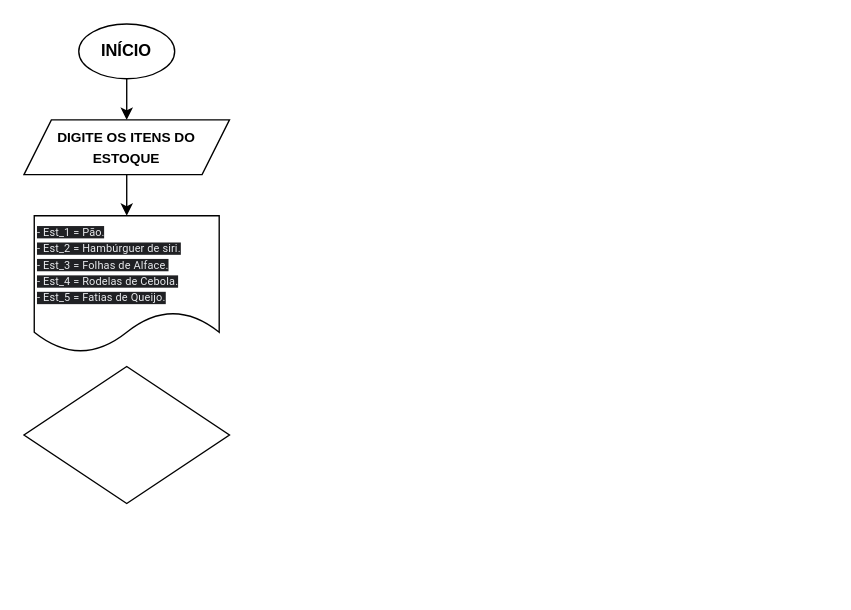
Before: Ativ_AULA/Des_H.SiriCascudo/H_SiriCascudo.drawio in Mathpf02/Math_Uni.CC, a draw.io diagram. Source tidied: cells renumbered, new cells numbered last; positions are measured from the earlier drawing's top-left corner, leaving out a move shared by most shapes. Both pictures are drawn from the tidied source at 137%, with x=0, y=0 at pixel (23, 23).
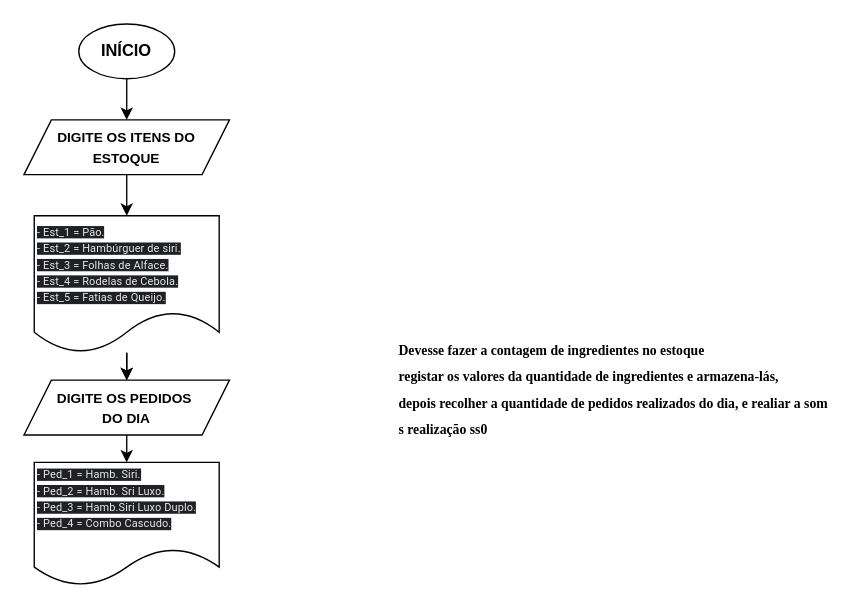
The same diagram, later.

Diff of the diagram source:
```diff
@@
 <mxGraphModel>
   <root>
     <mxCell id="0" />
     <mxCell id="1" parent="0" />
     <mxCell id="2" style="edgeStyle=none;html=1;entryX=0.5;entryY=0;entryDx=0;entryDy=0;" parent="1" edge="1" source="3" target="5">
       <mxGeometry relative="1" as="geometry" />
     </mxCell>
     <mxCell id="3" value="&lt;b&gt;INÍCIO&lt;/b&gt;" style="ellipse;whiteSpace=wrap;html=1;" parent="1" vertex="1">
       <mxGeometry x="40" width="70" height="40" as="geometry" />
     </mxCell>
     <mxCell id="4" style="edgeStyle=none;html=1;fontSize=10;" parent="1" edge="1" source="5" target="6">
       <mxGeometry relative="1" as="geometry" />
     </mxCell>
     <mxCell id="5" value="&lt;b&gt;&lt;font style=&quot;font-size: 10px;&quot;&gt;DIGITE OS ITENS DO ESTOQUE&lt;/font&gt;&lt;/b&gt;" style="shape=parallelogram;perimeter=parallelogramPerimeter;whiteSpace=wrap;html=1;fixedSize=1;" parent="1" vertex="1">
       <mxGeometry y="70" width="150" height="40" as="geometry" />
     </mxCell>
+    <mxCell id="8" style="edgeStyle=none;html=1;" parent="1" edge="1" source="6" target="7">
+      <mxGeometry relative="1" as="geometry" />
+    </mxCell>
+    <mxCell id="9" style="edgeStyle=none;html=1;" parent="1" edge="1" source="6" target="7">
+      <mxGeometry relative="1" as="geometry" />
+    </mxCell>
     <mxCell id="6" value="&lt;font style=&quot;font-size: 8px;&quot;&gt;&lt;span style=&quot;color: rgb(232, 234, 237); font-family: Roboto, Arial, sans-serif; font-variant-ligatures: none; letter-spacing: 0.1px; background-color: rgb(32, 33, 36);&quot;&gt;- Est_1 = Pão.&lt;/span&gt;&lt;br style=&quot;color: rgb(232, 234, 237); font-family: Roboto, Arial, sans-serif; font-variant-ligatures: none; letter-spacing: 0.1px; background-color: rgb(32, 33, 36);&quot;&gt;&lt;span style=&quot;color: rgb(232, 234, 237); font-family: Roboto, Arial, sans-serif; font-variant-ligatures: none; letter-spacing: 0.1px; background-color: rgb(32, 33, 36);&quot;&gt;   - Est_2 = Hambúrguer de siri.&lt;/span&gt;&lt;br style=&quot;color: rgb(232, 234, 237); font-family: Roboto, Arial, sans-serif; font-variant-ligatures: none; letter-spacing: 0.1px; background-color: rgb(32, 33, 36);&quot;&gt;&lt;span style=&quot;color: rgb(232, 234, 237); font-family: Roboto, Arial, sans-serif; font-variant-ligatures: none; letter-spacing: 0.1px; background-color: rgb(32, 33, 36);&quot;&gt;   - Est_3 = Folhas de Alface.&lt;/span&gt;&lt;br style=&quot;color: rgb(232, 234, 237); font-family: Roboto, Arial, sans-serif; font-variant-ligatures: none; letter-spacing: 0.1px; background-color: rgb(32, 33, 36);&quot;&gt;&lt;span style=&quot;color: rgb(232, 234, 237); font-family: Roboto, Arial, sans-serif; font-variant-ligatures: none; letter-spacing: 0.1px; background-color: rgb(32, 33, 36);&quot;&gt;   - Est_4 = Rodelas de Cebola.&lt;/span&gt;&lt;br style=&quot;color: rgb(232, 234, 237); font-family: Roboto, Arial, sans-serif; font-variant-ligatures: none; letter-spacing: 0.1px; background-color: rgb(32, 33, 36);&quot;&gt;&lt;span style=&quot;color: rgb(232, 234, 237); font-family: Roboto, Arial, sans-serif; font-variant-ligatures: none; letter-spacing: 0.1px; background-color: rgb(32, 33, 36);&quot;&gt;   - Est_5 = Fatias de Queijo.&lt;/span&gt;&lt;/font&gt;" style="shape=document;whiteSpace=wrap;html=1;boundedLbl=1;fontSize=10;align=left;" parent="1" vertex="1">
       <mxGeometry x="7.5" y="140" width="135" height="100" as="geometry" />
     </mxCell>
+    <mxCell id="10" style="edgeStyle=none;html=1;" parent="1" edge="1" source="7" target="11">
+      <mxGeometry relative="1" as="geometry" />
+    </mxCell>
-    <mxCell id="7" style="rhombus;whiteSpace=wrap;html=1;fontSize=8;" parent="1" vertex="1">
-      <mxGeometry y="250" width="150" height="100" as="geometry" />
+    <mxCell id="7" value="&lt;span style=&quot;font-size: 10px;&quot;&gt;&lt;b&gt;DIGITE OS PEDIDOS&amp;nbsp;&lt;br&gt;DO DIA&lt;br&gt;&lt;/b&gt;&lt;/span&gt;" style="shape=parallelogram;perimeter=parallelogramPerimeter;whiteSpace=wrap;html=1;fixedSize=1;" parent="1" vertex="1">
+      <mxGeometry y="260" width="150" height="40" as="geometry" />
     </mxCell>
+    <mxCell id="11" value="&lt;font style=&quot;font-size: 8px;&quot;&gt;&lt;span style=&quot;color: rgb(232, 234, 237); font-family: Roboto, Arial, sans-serif; font-variant-ligatures: none; letter-spacing: 0.1px; background-color: rgb(32, 33, 36);&quot;&gt;- Ped_1 = Hamb. Siri.&lt;/span&gt;&lt;br style=&quot;color: rgb(232, 234, 237); font-family: Roboto, Arial, sans-serif; font-variant-ligatures: none; letter-spacing: 0.1px; background-color: rgb(32, 33, 36);&quot;&gt;&lt;span style=&quot;color: rgb(232, 234, 237); font-family: Roboto, Arial, sans-serif; font-variant-ligatures: none; letter-spacing: 0.1px; background-color: rgb(32, 33, 36);&quot;&gt;   - Ped_2 = Hamb. Sri Luxo.&lt;/span&gt;&lt;br style=&quot;color: rgb(232, 234, 237); font-family: Roboto, Arial, sans-serif; font-variant-ligatures: none; letter-spacing: 0.1px; background-color: rgb(32, 33, 36);&quot;&gt;&lt;span style=&quot;color: rgb(232, 234, 237); font-family: Roboto, Arial, sans-serif; font-variant-ligatures: none; letter-spacing: 0.1px; background-color: rgb(32, 33, 36);&quot;&gt;   - Ped_3 = Hamb.Siri Luxo Duplo.&lt;/span&gt;&lt;br style=&quot;color: rgb(232, 234, 237); font-family: Roboto, Arial, sans-serif; font-variant-ligatures: none; letter-spacing: 0.1px; background-color: rgb(32, 33, 36);&quot;&gt;&lt;span style=&quot;color: rgb(232, 234, 237); font-family: Roboto, Arial, sans-serif; font-variant-ligatures: none; letter-spacing: 0.1px; background-color: rgb(32, 33, 36);&quot;&gt;   - Ped_4 = Combo Cascudo.&lt;/span&gt;&lt;br style=&quot;color: rgb(232, 234, 237); font-family: Roboto, Arial, sans-serif; font-variant-ligatures: none; letter-spacing: 0.1px; background-color: rgb(32, 33, 36);&quot;&gt;&lt;br&gt;&lt;/font&gt;" style="shape=document;whiteSpace=wrap;html=1;boundedLbl=1;fontSize=10;align=left;" parent="1" vertex="1">
+      <mxGeometry x="7.5" y="320" width="135" height="90" as="geometry" />
+    </mxCell>
+    <mxCell id="12" value="&lt;h6 style=&quot;text-align: justify;&quot;&gt;&lt;span style=&quot;background-color: initial;&quot;&gt;&lt;font face=&quot;Times New Roman&quot; style=&quot;font-size: 10px;&quot;&gt;Devesse fazer a contagem de ingredientes no estoque&amp;nbsp;&lt;br&gt;&lt;/font&gt;&lt;/span&gt;&lt;font face=&quot;Times New Roman&quot;&gt;&lt;span style=&quot;font-size: 10px;&quot;&gt;registar os valores da quantidade de ingredientes e armazena-lás,&lt;/span&gt;&lt;br&gt;&lt;span style=&quot;font-size: 10px;&quot;&gt;depois recolher a quantidade de pedidos realizados do dia, e realiar a som&lt;br&gt;s realização ss0&lt;/span&gt;&lt;/font&gt;&amp;nbsp;&lt;/h6&gt;" style="text;strokeColor=none;fillColor=none;html=1;fontSize=24;fontStyle=1;verticalAlign=middle;align=center;" parent="1" vertex="1">
+      <mxGeometry x="340" y="240" width="180" height="50" as="geometry" />
+    </mxCell>
   </root>
 </mxGraphModel>
```
